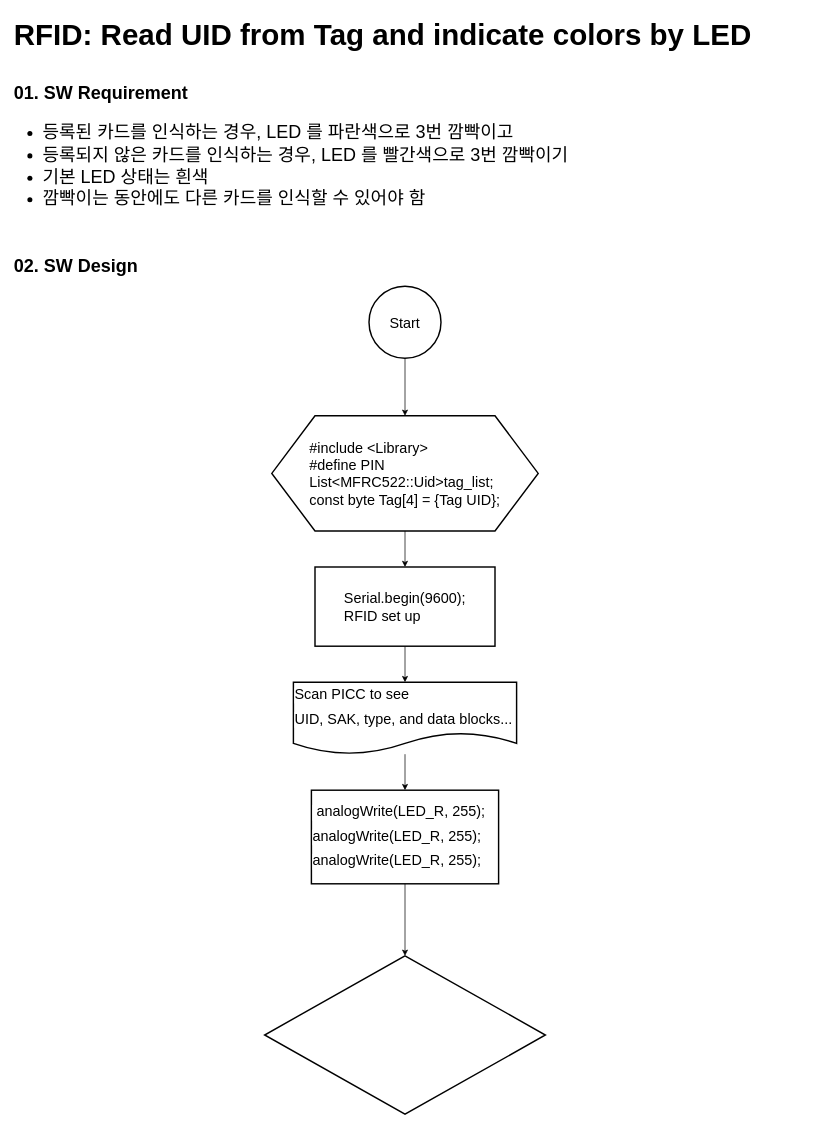
Above: RFID_LED.drawio in JangHyeongJun-0523/IoT_Project (draw.io), before the change. Source tidied: cells renumbered, new cells numbered last; positions are measured from the earlier drawing's top-left corner, leaving out a move shared by most shapes. Both pictures are drawn from the tidied source at 72%, with x=0, y=0 at pixel (12, 12).
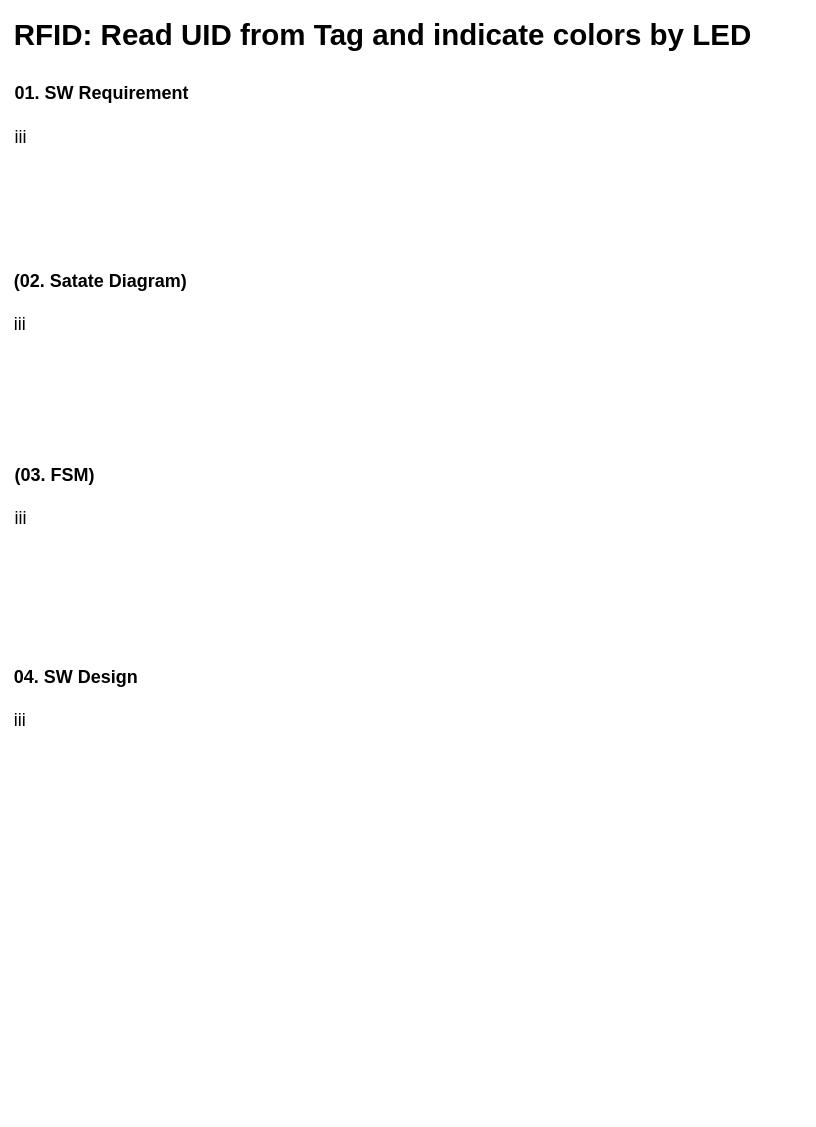
The same diagram, later.

The edit, as a diff of the source:
```diff
@@
 <mxGraphModel>
   <root>
     <mxCell id="0" />
     <mxCell id="1" parent="0" />
-    <mxCell id="2" value="&lt;span style=&quot;font-size: 25px; font-weight: 700;&quot;&gt;01. SW Requirement&lt;br&gt;&lt;/span&gt;&lt;h1 style=&quot;margin-top: 0px;&quot;&gt;&lt;ul&gt;&lt;li&gt;&lt;span style=&quot;font-size: 25px; font-weight: 400;&quot;&gt;등록된 카드를 인식하는 경우, LED 를 파란색으로 3번 깜빡이고&lt;/span&gt;&lt;/li&gt;&lt;li&gt;&lt;span style=&quot;font-size: 25px; font-weight: 400;&quot;&gt;등록되지 않은 카드를 인식하는 경우, LED 를 빨간색으로 3번 깜빡이기&lt;/span&gt;&lt;/li&gt;&lt;li&gt;&lt;span style=&quot;font-size: 25px; font-weight: 400;&quot;&gt;기본 LED 상태는 흰색&lt;/span&gt;&lt;/li&gt;&lt;li&gt;&lt;span style=&quot;font-size: 25px; font-weight: 400;&quot;&gt;깜빡이는 동안에도 다른 카드를 인식할 수 있어야 함&lt;/span&gt;&lt;/li&gt;&lt;/ul&gt;&lt;/h1&gt;" style="text;html=1;whiteSpace=wrap;overflow=hidden;rounded=0;labelBackgroundColor=none;" parent="1" vertex="1">
-      <mxGeometry y="90" width="790" height="190" as="geometry" />
+    <mxCell id="2" value="&lt;span style=&quot;font-size: 25px; font-weight: 700;&quot;&gt;01. SW Requirement&lt;/span&gt;&lt;div&gt;&lt;span style=&quot;font-size: 25px; font-weight: 700;&quot;&gt;&lt;br&gt;&lt;/span&gt;&lt;/div&gt;&lt;div&gt;&lt;span style=&quot;font-size: 25px;&quot;&gt;iii&lt;/span&gt;&lt;span style=&quot;font-size: 25px; font-weight: 700;&quot;&gt;&lt;br&gt;&lt;/span&gt;&lt;/div&gt;" style="text;html=1;whiteSpace=wrap;overflow=hidden;rounded=0;labelBackgroundColor=none;" parent="1" vertex="1">
+      <mxGeometry x="1" y="90" width="790" height="190" as="geometry" />
     </mxCell>
-    <mxCell id="3" value="&lt;span style=&quot;font-size: 25px; font-weight: 700;&quot;&gt;02. SW Design&lt;/span&gt;" style="text;html=1;whiteSpace=wrap;overflow=hidden;rounded=0;labelBackgroundColor=none;" parent="1" vertex="1">
-      <mxGeometry y="330" width="790" height="50" as="geometry" />
+    <mxCell id="3" value="&lt;span style=&quot;font-size: 25px; font-weight: 700;&quot;&gt;04. SW Design&lt;/span&gt;&lt;div&gt;&lt;span style=&quot;font-size: 25px; font-weight: 700;&quot;&gt;&lt;br&gt;&lt;/span&gt;&lt;/div&gt;&lt;div&gt;&lt;span style=&quot;font-size: 25px;&quot;&gt;iii&lt;/span&gt;&lt;span style=&quot;font-size: 25px; font-weight: 700;&quot;&gt;&lt;br&gt;&lt;/span&gt;&lt;/div&gt;" style="text;html=1;whiteSpace=wrap;overflow=hidden;rounded=0;labelBackgroundColor=none;" parent="1" vertex="1">
+      <mxGeometry y="900" width="790" height="180" as="geometry" />
     </mxCell>
     <mxCell id="4" value="&lt;h1 style=&quot;margin-top: 0px;&quot;&gt;&lt;span style=&quot;font-size: 41px;&quot;&gt;RFID: Read UID from Tag and indicate colors by LED&lt;/span&gt;&lt;/h1&gt;" style="text;html=1;whiteSpace=wrap;overflow=hidden;rounded=0;labelBackgroundColor=none;" parent="1" vertex="1">
       <mxGeometry width="1100" height="70" as="geometry" />
     </mxCell>
-    <mxCell id="5" style="edgeStyle=orthogonalEdgeStyle;rounded=0;jettySize=auto;html=1;labelBackgroundColor=none;fontColor=default;" parent="1" edge="1" source="6" target="8">
-      <mxGeometry relative="1" as="geometry" />
-    </mxCell>
-    <mxCell id="6" value="&lt;font style=&quot;font-size: 20px;&quot;&gt;Start&lt;/font&gt;" style="strokeWidth=2;html=1;shape=mxgraph.flowchart.start_2;whiteSpace=wrap;labelBackgroundColor=none;rounded=0;" parent="1" vertex="1">
-      <mxGeometry x="495" y="380" width="100" height="100" as="geometry" />
-    </mxCell>
-    <mxCell id="7" style="edgeStyle=orthogonalEdgeStyle;rounded=0;jettySize=auto;html=1;labelBackgroundColor=none;fontColor=default;" parent="1" edge="1" source="8" target="10">
-      <mxGeometry relative="1" as="geometry" />
-    </mxCell>
-    <mxCell id="8" value="&lt;div style=&quot;text-align: left;&quot;&gt;&lt;span style=&quot;font-size: 20px; background-color: initial;&quot;&gt;#include &amp;lt;Library&lt;/span&gt;&lt;span style=&quot;font-size: 20px; background-color: initial;&quot;&gt;&amp;gt;&lt;/span&gt;&lt;/div&gt;&lt;div style=&quot;text-align: left;&quot;&gt;&lt;font style=&quot;font-size: 20px;&quot;&gt;#define PIN&lt;br&gt;&lt;/font&gt;&lt;/div&gt;&lt;div style=&quot;text-align: left;&quot;&gt;&lt;font style=&quot;font-size: 20px;&quot;&gt;List&amp;lt;MFRC522::Uid&amp;gt;tag_list;&lt;/font&gt;&lt;/div&gt;&lt;div style=&quot;text-align: left;&quot;&gt;&lt;span style=&quot;font-size: 20px;&quot;&gt;const byte Tag[4] = {Tag UID};&lt;/span&gt;&lt;/div&gt;" style="shape=hexagon;perimeter=hexagonPerimeter2;whiteSpace=wrap;html=1;fixedSize=1;strokeWidth=2;size=59.99999999999977;labelBackgroundColor=none;rounded=0;" parent="1" vertex="1">
-      <mxGeometry x="360" y="560" width="370" height="160" as="geometry" />
-    </mxCell>
-    <mxCell id="9" style="edgeStyle=orthogonalEdgeStyle;rounded=0;jettySize=auto;html=1;" parent="1" edge="1" source="10" target="12">
-      <mxGeometry relative="1" as="geometry" />
-    </mxCell>
-    <mxCell id="10" value="&lt;div style=&quot;text-align: left;&quot;&gt;&lt;div&gt;&lt;span style=&quot;font-size: 20px;&quot;&gt;Serial.begin(9600);&lt;/span&gt;&lt;/div&gt;&lt;div&gt;&lt;span style=&quot;font-size: 20px;&quot;&gt;RFID set up&lt;/span&gt;&lt;/div&gt;&lt;/div&gt;" style="whiteSpace=wrap;html=1;strokeWidth=2;labelBackgroundColor=none;rounded=0;" parent="1" vertex="1">
-      <mxGeometry x="420" y="770" width="250" height="110" as="geometry" />
-    </mxCell>
-    <mxCell id="11" style="edgeStyle=orthogonalEdgeStyle;rounded=0;jettySize=auto;html=1;" parent="1" edge="1" source="12" target="14">
-      <mxGeometry relative="1" as="geometry" />
-    </mxCell>
-    <mxCell id="12" value="&lt;p style=&quot;background-color: rgb(255, 255, 255); line-height: 19px; white-space: pre;&quot;&gt;&lt;font face=&quot;Helvetica&quot; style=&quot;font-size: 20px;&quot;&gt;Scan PICC to see &lt;/font&gt;&lt;/p&gt;&lt;p style=&quot;background-color: rgb(255, 255, 255); line-height: 19px; white-space: pre;&quot;&gt;&lt;font face=&quot;Helvetica&quot; style=&quot;font-size: 20px;&quot;&gt;UID, SAK, type, and data blocks...&lt;/font&gt;&lt;/p&gt;" style="shape=document;whiteSpace=wrap;html=1;boundedLbl=1;strokeWidth=2;labelBackgroundColor=none;rounded=0;align=left;" parent="1" vertex="1">
-      <mxGeometry x="390" y="930" width="310" height="100" as="geometry" />
-    </mxCell>
-    <mxCell id="13" style="edgeStyle=orthogonalEdgeStyle;rounded=0;jettySize=auto;html=1;" parent="1" edge="1" source="14" target="15">
-      <mxGeometry relative="1" as="geometry" />
-    </mxCell>
-    <mxCell id="14" value="&lt;p style=&quot;forced-color-adjust: none; color: rgb(0, 0, 0); font-family: Helvetica; font-style: normal; font-variant-ligatures: normal; font-variant-caps: normal; font-weight: 400; letter-spacing: normal; orphans: 2; text-align: left; text-indent: 0px; text-transform: none; widows: 2; word-spacing: 0px; -webkit-text-stroke-width: 0px; text-decoration-thickness: initial; text-decoration-style: initial; text-decoration-color: initial; background-color: rgb(255, 255, 255); line-height: 19px; white-space: pre;&quot;&gt;&lt;span style=&quot;font-size: 20px;&quot;&gt; analogWrite(LED_R, 255);&lt;/span&gt;&lt;br&gt;&lt;/p&gt;&lt;p style=&quot;forced-color-adjust: none; color: rgb(0, 0, 0); font-family: Helvetica; font-style: normal; font-variant-ligatures: normal; font-variant-caps: normal; font-weight: 400; letter-spacing: normal; orphans: 2; text-align: left; text-indent: 0px; text-transform: none; widows: 2; word-spacing: 0px; -webkit-text-stroke-width: 0px; text-decoration-thickness: initial; text-decoration-style: initial; text-decoration-color: initial; background-color: rgb(255, 255, 255); line-height: 19px; white-space: pre;&quot;&gt;&lt;span style=&quot;font-size: 20px;&quot;&gt;analogWrite(LED_R, 255);&lt;/span&gt;&lt;span style=&quot;font-size: 20px;&quot;&gt;&lt;br&gt;&lt;/span&gt;&lt;/p&gt;&lt;p style=&quot;forced-color-adjust: none; color: rgb(0, 0, 0); font-family: Helvetica; font-style: normal; font-variant-ligatures: normal; font-variant-caps: normal; font-weight: 400; letter-spacing: normal; orphans: 2; text-align: left; text-indent: 0px; text-transform: none; widows: 2; word-spacing: 0px; -webkit-text-stroke-width: 0px; text-decoration-thickness: initial; text-decoration-style: initial; text-decoration-color: initial; background-color: rgb(255, 255, 255); line-height: 19px; white-space: pre;&quot;&gt;&lt;span style=&quot;font-size: 20px;&quot;&gt;analogWrite(LED_R, 255);&lt;/span&gt;&lt;span style=&quot;font-size: 20px;&quot;&gt;&lt;br&gt;&lt;/span&gt;&lt;/p&gt;" style="whiteSpace=wrap;html=1;align=left;strokeWidth=2;labelBackgroundColor=none;rounded=0;" parent="1" vertex="1">
-      <mxGeometry x="415" y="1080" width="260" height="130" as="geometry" />
-    </mxCell>
-    <mxCell id="15" style="rhombus;whiteSpace=wrap;html=1;align=left;strokeWidth=2;labelBackgroundColor=none;rounded=0;" parent="1" vertex="1">
-      <mxGeometry x="350" y="1310" width="390" height="220" as="geometry" />
-    </mxCell>
+    <mxCell id="16" value="&lt;span style=&quot;font-size: 25px; font-weight: 700;&quot;&gt;(02. Satate Diagram)&lt;/span&gt;&lt;div&gt;&lt;span style=&quot;font-size: 25px; font-weight: 700;&quot;&gt;&lt;br&gt;&lt;/span&gt;&lt;/div&gt;&lt;div&gt;&lt;span style=&quot;font-size: 25px;&quot;&gt;iii&lt;/span&gt;&lt;/div&gt;" style="text;html=1;whiteSpace=wrap;overflow=hidden;rounded=0;labelBackgroundColor=none;" parent="1" vertex="1">
+      <mxGeometry y="351" width="790" height="190" as="geometry" />
+    </mxCell>
+    <mxCell id="17" value="&lt;span style=&quot;font-size: 25px; font-weight: 700;&quot;&gt;(03. FSM)&lt;/span&gt;&lt;div&gt;&lt;span style=&quot;font-size: 25px; font-weight: 700;&quot;&gt;&lt;br&gt;&lt;/span&gt;&lt;/div&gt;&lt;div&gt;&lt;span style=&quot;font-size: 25px;&quot;&gt;iii&lt;/span&gt;&lt;/div&gt;" style="text;html=1;whiteSpace=wrap;overflow=hidden;rounded=0;labelBackgroundColor=none;" parent="1" vertex="1">
+      <mxGeometry x="1" y="620" width="790" height="190" as="geometry" />
+    </mxCell>
   </root>
 </mxGraphModel>
```
